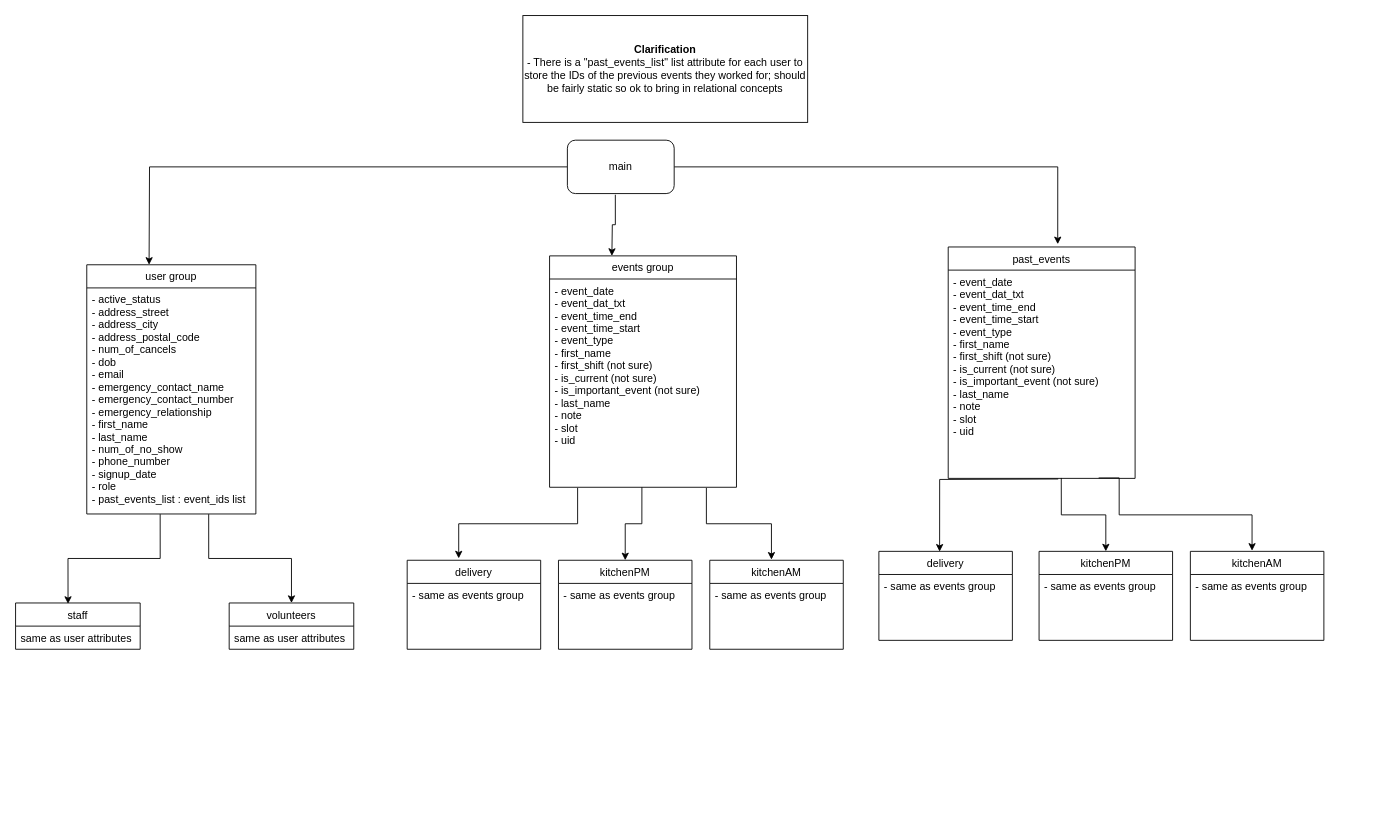
Earlier version of the draw.io diagram architecture_docs/db/sfl_santropol.drawio (Software-For-Love/client-santropol). Source tidied: cells renumbered, new cells numbered last; positions are measured from the earlier drawing's top-left corner, leaving out a move shared by most shapes. Both pictures are drawn from the tidied source at 89%, with x=0, y=0 at pixel (15, 15).
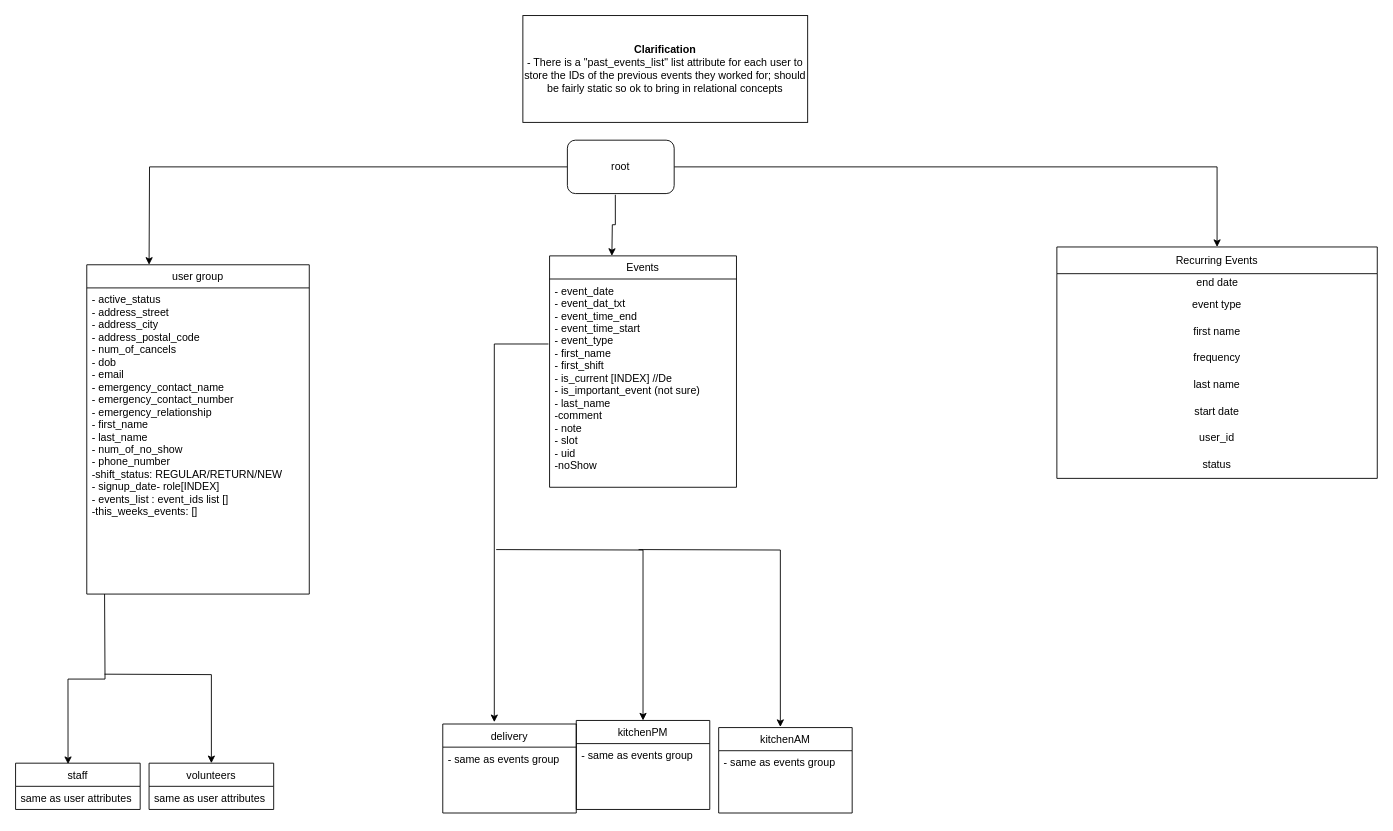
After the change.

Change to the diagram source:
```diff
@@
-    <mxCell id="4" style="edgeStyle=orthogonalEdgeStyle;rounded=0;jettySize=auto;html=1;entryX=0.586;entryY=-0.012;entryDx=0;entryDy=0;entryPerimeter=0;" parent="1" edge="1" source="5" target="26">
-      <mxGeometry relative="1" as="geometry" />
-    </mxCell>
+    <mxCell id="37" style="edgeStyle=orthogonalEdgeStyle;rounded=0;jettySize=auto;html=1;entryX=0.5;entryY=0;entryDx=0;entryDy=0;" parent="1" edge="1" source="5" target="38">
+      <mxGeometry relative="1" as="geometry" />
+    </mxCell>
-    <mxCell id="5" value="main" style="rounded=1;whiteSpace=wrap;html=1;" parent="1" vertex="1">
+    <mxCell id="5" value="root" style="rounded=1;whiteSpace=wrap;html=1;" parent="1" vertex="1">
       <mxGeometry x="620" y="140" width="120" height="60" as="geometry" />
     </mxCell>
     <mxCell id="6" value="user group" style="swimlane;fontStyle=0;horizontal=1;startSize=26;fillColor=none;" parent="1" vertex="1">
-      <mxGeometry x="80" y="280" width="190" height="280" as="geometry" />
+      <mxGeometry x="80" y="280" width="250" height="370" as="geometry" />
     </mxCell>
-    <mxCell id="7" value="- active_status&#10;- address_street&#10;- address_city&#10;- address_postal_code&#10;- num_of_cancels&#10;- dob&#10;- email&#10;- emergency_contact_name&#10;- emergency_contact_number&#10;- emergency_relationship&#10;- first_name&#10;- last_name&#10;- num_of_no_show&#10;- phone_number&#10;- signup_date&#10;- role&#10;- past_events_list : event_ids list" style="text;strokeColor=none;fillColor=none;align=left;verticalAlign=top;spacingLeft=4;spacingRight=4;overflow=hidden;points=[[0,0.5],[1,0.5]];portConstraint=eastwest;" parent="6" vertex="1">
-      <mxGeometry y="26" width="190" height="254" as="geometry" />
+    <mxCell id="7" value="- active_status&#10;- address_street&#10;- address_city&#10;- address_postal_code&#10;- num_of_cancels&#10;- dob&#10;- email&#10;- emergency_contact_name&#10;- emergency_contact_number&#10;- emergency_relationship&#10;- first_name&#10;- last_name&#10;- num_of_no_show&#10;- phone_number&#10;-shift_status: REGULAR/RETURN/NEW&#10;- signup_date- role[INDEX]&#10;- events_list : event_ids list []&#10;-this_weeks_events: []&#10;&#10;&#10;" style="text;strokeColor=none;fillColor=none;align=left;verticalAlign=top;spacingLeft=4;spacingRight=4;overflow=hidden;points=[[0,0.5],[1,0.5]];portConstraint=eastwest;" parent="6" vertex="1">
+      <mxGeometry y="26" width="250" height="344" as="geometry" />
     </mxCell>
     <mxCell id="8" value="volunteers" style="swimlane;fontStyle=0;horizontal=1;startSize=26;fillColor=none;" parent="1" vertex="1">
-      <mxGeometry x="240" y="660" width="140" height="52" as="geometry" />
+      <mxGeometry x="150" y="840" width="140" height="52" as="geometry" />
     </mxCell>
@@
-    <mxCell id="10" style="edgeStyle=orthogonalEdgeStyle;rounded=0;jettySize=auto;html=1;exitX=0.721;exitY=1.001;exitDx=0;exitDy=0;exitPerimeter=0;" parent="1" edge="1" source="7" target="8">
-      <mxGeometry relative="1" as="geometry" />
+    <mxCell id="10" style="edgeStyle=orthogonalEdgeStyle;rounded=0;jettySize=auto;html=1;" parent="1" edge="1" target="8">
+      <mxGeometry relative="1" as="geometry">
+        <mxPoint x="100" y="740" as="sourcePoint" />
+      </mxGeometry>
     </mxCell>
     <mxCell id="11" value="staff" style="swimlane;fontStyle=0;horizontal=1;startSize=26;fillColor=none;" parent="1" vertex="1">
-      <mxGeometry y="660" width="140" height="52" as="geometry" />
+      <mxGeometry y="840" width="140" height="52" as="geometry" />
     </mxCell>
@@
-    <mxCell id="14" value="events group" style="swimlane;fontStyle=0;horizontal=1;startSize=26;fillColor=none;" parent="1" vertex="1">
+    <mxCell id="14" value="Events" style="swimlane;fontStyle=0;horizontal=1;startSize=26;fillColor=none;" parent="1" vertex="1">
       <mxGeometry x="600" y="270" width="210" height="260" as="geometry" />
     </mxCell>
-    <mxCell id="15" value="- event_date&#10;- event_dat_txt&#10;- event_time_end&#10;- event_time_start&#10;- event_type&#10;- first_name&#10;- first_shift (not sure)&#10;- is_current (not sure)&#10;- is_important_event (not sure)&#10;- last_name&#10;- note&#10;- slot&#10;- uid" style="text;strokeColor=none;fillColor=none;align=left;verticalAlign=top;spacingLeft=4;spacingRight=4;overflow=hidden;points=[[0,0.5],[1,0.5]];portConstraint=eastwest;" parent="14" vertex="1">
+    <mxCell id="15" value="- event_date&#10;- event_dat_txt&#10;- event_time_end&#10;- event_time_start&#10;- event_type&#10;- first_name&#10;- first_shift &#10;- is_current [INDEX] //De&#10;- is_important_event (not sure)&#10;- last_name&#10;-comment&#10;- note&#10;- slot&#10;- uid&#10;-noShow&#10;&#10;" style="text;strokeColor=none;fillColor=none;align=left;verticalAlign=top;spacingLeft=4;spacingRight=4;overflow=hidden;points=[[0,0.5],[1,0.5]];portConstraint=eastwest;" parent="14" vertex="1">
       <mxGeometry y="26" width="210" height="234" as="geometry" />
     </mxCell>
     <mxCell id="16" value="delivery" style="swimlane;fontStyle=0;horizontal=1;startSize=26;fillColor=none;" parent="1" vertex="1">
-      <mxGeometry x="440" y="612" width="150" height="100" as="geometry" />
+      <mxGeometry x="480" y="796" width="150" height="100" as="geometry" />
     </mxCell>
@@
     <mxCell id="18" value="kitchenPM" style="swimlane;fontStyle=0;horizontal=1;startSize=26;fillColor=none;" parent="1" vertex="1">
-      <mxGeometry x="610" y="612" width="150" height="100" as="geometry" />
+      <mxGeometry x="630" y="792" width="150" height="100" as="geometry" />
     </mxCell>
@@
-    <mxCell id="20" style="edgeStyle=orthogonalEdgeStyle;rounded=0;jettySize=auto;html=1;entryX=0.421;entryY=0.019;entryDx=0;entryDy=0;entryPerimeter=0;exitX=0.434;exitY=1.001;exitDx=0;exitDy=0;exitPerimeter=0;" parent="1" edge="1" source="7" target="11">
-      <mxGeometry relative="1" as="geometry" />
+    <mxCell id="20" style="edgeStyle=orthogonalEdgeStyle;rounded=0;jettySize=auto;html=1;entryX=0.421;entryY=0.019;entryDx=0;entryDy=0;entryPerimeter=0;" parent="1" edge="1" target="11">
+      <mxGeometry relative="1" as="geometry">
+        <mxPoint x="100" y="650" as="sourcePoint" />
+      </mxGeometry>
     </mxCell>
     <mxCell id="21" value="kitchenAM" style="swimlane;fontStyle=0;horizontal=1;startSize=26;fillColor=none;" parent="1" vertex="1">
-      <mxGeometry x="780" y="612" width="150" height="100" as="geometry" />
+      <mxGeometry x="790" y="800" width="150" height="96" as="geometry" />
     </mxCell>
     <mxCell id="22" value="- same as events group" style="text;strokeColor=none;fillColor=none;align=left;verticalAlign=top;spacingLeft=4;spacingRight=4;overflow=hidden;" parent="21" vertex="1">
-      <mxGeometry y="26" width="150" height="74" as="geometry" />
+      <mxGeometry y="26" width="150" height="70" as="geometry" />
     </mxCell>
-    <mxCell id="23" style="edgeStyle=orthogonalEdgeStyle;rounded=0;jettySize=auto;html=1;entryX=0.462;entryY=-0.007;entryDx=0;entryDy=0;entryPerimeter=0;exitX=0.839;exitY=1.003;exitDx=0;exitDy=0;exitPerimeter=0;" parent="1" edge="1" source="15" target="21">
-      <mxGeometry relative="1" as="geometry" />
+    <mxCell id="23" style="edgeStyle=orthogonalEdgeStyle;rounded=0;jettySize=auto;html=1;entryX=0.462;entryY=-0.007;entryDx=0;entryDy=0;entryPerimeter=0;" parent="1" edge="1" target="21">
+      <mxGeometry relative="1" as="geometry">
+        <mxPoint x="700" y="600" as="sourcePoint" />
+      </mxGeometry>
     </mxCell>
-    <mxCell id="24" style="edgeStyle=orthogonalEdgeStyle;rounded=0;jettySize=auto;html=1;entryX=0.5;entryY=0;entryDx=0;entryDy=0;exitX=0.494;exitY=1;exitDx=0;exitDy=0;exitPerimeter=0;" parent="1" edge="1" source="15" target="18">
-      <mxGeometry relative="1" as="geometry" />
+    <mxCell id="24" style="edgeStyle=orthogonalEdgeStyle;rounded=0;jettySize=auto;html=1;entryX=0.5;entryY=0;entryDx=0;entryDy=0;" parent="1" edge="1" target="18">
+      <mxGeometry relative="1" as="geometry">
+        <mxPoint x="540" y="600" as="sourcePoint" />
+      </mxGeometry>
     </mxCell>
-    <mxCell id="25" style="edgeStyle=orthogonalEdgeStyle;rounded=0;jettySize=auto;html=1;entryX=0.386;entryY=-0.021;entryDx=0;entryDy=0;entryPerimeter=0;exitX=0.15;exitY=1.003;exitDx=0;exitDy=0;exitPerimeter=0;" parent="1" edge="1" source="15" target="16">
+    <mxCell id="25" style="edgeStyle=orthogonalEdgeStyle;rounded=0;jettySize=auto;html=1;entryX=0.386;entryY=-0.021;entryDx=0;entryDy=0;entryPerimeter=0;exitX=-0.006;exitY=0.312;exitDx=0;exitDy=0;exitPerimeter=0;" parent="1" edge="1" source="15" target="16">
       <mxGeometry relative="1" as="geometry" />
     </mxCell>
-    <mxCell id="26" value="past_events" style="swimlane;fontStyle=0;horizontal=1;startSize=26;fillColor=none;" parent="1" vertex="1">
-      <mxGeometry x="1047.9" y="260" width="210" height="260" as="geometry" />
-    </mxCell>
-    <mxCell id="27" value="- event_date&#10;- event_dat_txt&#10;- event_time_end&#10;- event_time_start&#10;- event_type&#10;- first_name&#10;- first_shift (not sure)&#10;- is_current (not sure)&#10;- is_important_event (not sure)&#10;- last_name&#10;- note&#10;- slot&#10;- uid" style="text;strokeColor=none;fillColor=none;align=left;verticalAlign=top;spacingLeft=4;spacingRight=4;overflow=hidden;points=[[0,0.5],[1,0.5]];portConstraint=eastwest;" parent="26" vertex="1">
-      <mxGeometry y="26" width="210" height="234" as="geometry" />
-    </mxCell>
-    <mxCell id="28" value="kitchenPM" style="swimlane;fontStyle=0;horizontal=1;startSize=26;fillColor=none;" parent="1" vertex="1">
-      <mxGeometry x="1150" y="602" width="150" height="100" as="geometry" />
-    </mxCell>
-    <mxCell id="29" value="- same as events group" style="text;strokeColor=none;fillColor=none;align=left;verticalAlign=top;spacingLeft=4;spacingRight=4;overflow=hidden;" parent="28" vertex="1">
-      <mxGeometry y="26" width="150" height="74" as="geometry" />
-    </mxCell>
-    <mxCell id="30" value="kitchenAM" style="swimlane;fontStyle=0;horizontal=1;startSize=26;fillColor=none;" parent="1" vertex="1">
-      <mxGeometry x="1320" y="602" width="150" height="100" as="geometry" />
-    </mxCell>
-    <mxCell id="31" value="- same as events group" style="text;strokeColor=none;fillColor=none;align=left;verticalAlign=top;spacingLeft=4;spacingRight=4;overflow=hidden;" parent="30" vertex="1">
-      <mxGeometry y="26" width="150" height="74" as="geometry" />
-    </mxCell>
-    <mxCell id="32" style="edgeStyle=orthogonalEdgeStyle;rounded=0;jettySize=auto;html=1;entryX=0.462;entryY=-0.007;entryDx=0;entryDy=0;entryPerimeter=0;exitX=0.805;exitY=0.998;exitDx=0;exitDy=0;exitPerimeter=0;" parent="1" edge="1" source="27" target="30">
-      <mxGeometry relative="1" as="geometry">
-        <Array as="points">
-          <mxPoint x="1240" y="520" />
-          <mxPoint x="1240" y="561" />
-          <mxPoint x="1389" y="561" />
-        </Array>
-      </mxGeometry>
-    </mxCell>
-    <mxCell id="33" style="edgeStyle=orthogonalEdgeStyle;rounded=0;jettySize=auto;html=1;entryX=0.5;entryY=0;entryDx=0;entryDy=0;exitX=0.605;exitY=0.998;exitDx=0;exitDy=0;exitPerimeter=0;" parent="1" edge="1" source="27" target="28">
-      <mxGeometry relative="1" as="geometry" />
-    </mxCell>
-    <mxCell id="34" style="edgeStyle=orthogonalEdgeStyle;rounded=0;jettySize=auto;html=1;entryX=0.455;entryY=0.003;entryDx=0;entryDy=0;entryPerimeter=0;exitX=0.15;exitY=1.003;exitDx=0;exitDy=0;exitPerimeter=0;" parent="1" edge="1" target="35">
-      <mxGeometry relative="1" as="geometry">
-        <mxPoint x="1171.5" y="520.7" as="sourcePoint" />
-      </mxGeometry>
-    </mxCell>
-    <mxCell id="35" value="delivery" style="swimlane;fontStyle=0;horizontal=1;startSize=26;fillColor=none;" parent="1" vertex="1">
-      <mxGeometry x="970" y="602" width="150" height="100" as="geometry" />
-    </mxCell>
-    <mxCell id="36" value="- same as events group" style="text;strokeColor=none;fillColor=none;align=left;verticalAlign=top;spacingLeft=4;spacingRight=4;overflow=hidden;" parent="35" vertex="1">
-      <mxGeometry y="26" width="150" height="74" as="geometry" />
-    </mxCell>
+    <mxCell id="38" value="Recurring Events" style="swimlane;fontStyle=0;horizontal=1;startSize=30;" parent="1" vertex="1">
+      <mxGeometry x="1170" y="260" width="360" height="260" as="geometry" />
+    </mxCell>
+    <mxCell id="39" value="end date" style="text;html=1;align=center;verticalAlign=middle;strokeColor=none;fillColor=none;rotation=0;" parent="38" vertex="1">
+      <mxGeometry y="30" width="360" height="20" as="geometry" />
+    </mxCell>
+    <mxCell id="40" value="event type" style="text;html=1;strokeColor=none;fillColor=none;align=center;verticalAlign=middle;whiteSpace=wrap;rounded=0;" parent="38" vertex="1">
+      <mxGeometry y="50" width="360" height="30" as="geometry" />
+    </mxCell>
+    <mxCell id="41" value="first name" style="text;html=1;strokeColor=none;fillColor=none;align=center;verticalAlign=middle;whiteSpace=wrap;rounded=0;" parent="38" vertex="1">
+      <mxGeometry y="80" width="360" height="30" as="geometry" />
+    </mxCell>
+    <mxCell id="42" value="frequency" style="text;html=1;strokeColor=none;fillColor=none;align=center;verticalAlign=middle;whiteSpace=wrap;rounded=0;" parent="38" vertex="1">
+      <mxGeometry y="110" width="360" height="30" as="geometry" />
+    </mxCell>
+    <mxCell id="43" value="last name" style="text;html=1;strokeColor=none;fillColor=none;align=center;verticalAlign=middle;whiteSpace=wrap;rounded=0;" parent="38" vertex="1">
+      <mxGeometry y="140" width="360" height="30" as="geometry" />
+    </mxCell>
+    <mxCell id="44" value="start date" style="text;html=1;strokeColor=none;fillColor=none;align=center;verticalAlign=middle;whiteSpace=wrap;rounded=0;" parent="38" vertex="1">
+      <mxGeometry y="170" width="360" height="30" as="geometry" />
+    </mxCell>
+    <mxCell id="45" value="user_id" style="text;html=1;strokeColor=none;fillColor=none;align=center;verticalAlign=middle;whiteSpace=wrap;rounded=0;" parent="38" vertex="1">
+      <mxGeometry y="200" width="360" height="30" as="geometry" />
+    </mxCell>
+    <mxCell id="46" value="status" style="text;html=1;strokeColor=none;fillColor=none;align=center;verticalAlign=middle;whiteSpace=wrap;rounded=0;" parent="38" vertex="1">
+      <mxGeometry y="230" width="360" height="30" as="geometry" />
+    </mxCell>
```
